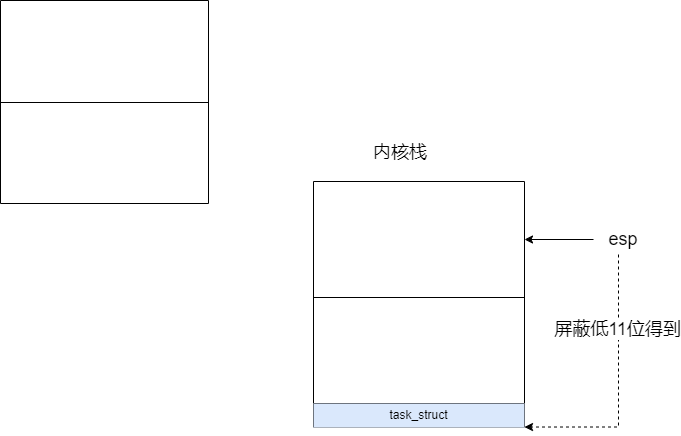
This is OS/linux内核源代码情景分析/第四章/4.1.drawio.png from SixPlusAndTimes/drawio, a draw.io export, as it was before one commit. Source tidied: cells renumbered, new cells last; positions are measured from the earlier drawing's top-left corner, leaving out a move shared by most shapes.
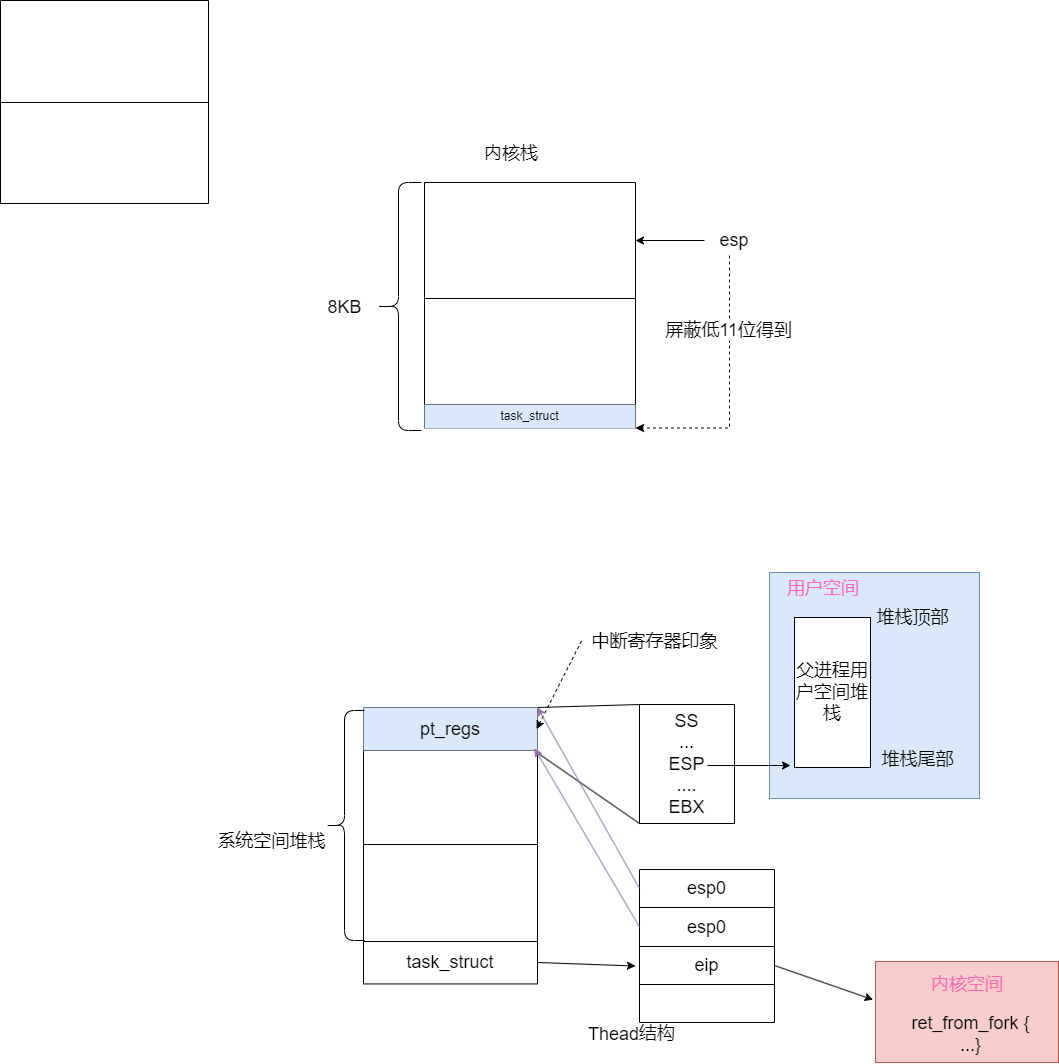
The same diagram one commit later.

What changed in the source:
```diff
@@ -2,8 +2,11 @@
   <root>
     <mxCell id="0" />
     <mxCell id="1" parent="0" />
+    <mxCell id="19" style="rounded=0;whiteSpace=wrap;html=1;fontSize=18;fillColor=#dae8fc;strokeColor=#6c8ebf;" parent="1" vertex="1">
+      <mxGeometry x="658" y="571" width="210" height="226" as="geometry" />
+    </mxCell>
     <mxCell id="2" style="shape=table;startSize=0;" parent="1" vertex="1">
-      <mxGeometry width="208" height="203" as="geometry" />
+      <mxGeometry x="-111" y="-1" width="208" height="203" as="geometry" />
     </mxCell>
     <mxCell id="3" style="shape=tableRow;horizontal=0;startSize=0;swimlaneHead=0;swimlaneBody=0;top=0;left=0;bottom=0;right=0;fillColor=none;" parent="2" vertex="1">
       <mxGeometry width="208" height="102" as="geometry" />
@@ -57,5 +60,135 @@
     <mxCell id="18" value="esp" style="text;html=1;strokeColor=none;fillColor=none;align=center;verticalAlign=middle;whiteSpace=wrap;rounded=0;fontSize=18;" parent="1" vertex="1">
       <mxGeometry x="593" y="224" width="60" height="30" as="geometry" />
     </mxCell>
+    <mxCell id="20" style="shape=curlyBracket;whiteSpace=wrap;html=1;rounded=1;fontSize=18;" parent="1" vertex="1">
+      <mxGeometry x="264" y="181" width="46" height="248" as="geometry" />
+    </mxCell>
+    <mxCell id="21" value="8KB" style="text;html=1;align=center;verticalAlign=middle;strokeColor=none;fillColor=none;fontSize=18;" parent="1" vertex="1">
+      <mxGeometry x="207" y="289" width="52" height="34" as="geometry" />
+    </mxCell>
+    <mxCell id="22" style="edgeStyle=none;rounded=0;jettySize=auto;html=1;exitX=1;exitY=0;exitDx=0;exitDy=0;entryX=0;entryY=0;entryDx=0;entryDy=0;fontSize=18;endArrow=none;endFill=0;" parent="1" edge="1" source="23" target="38">
+      <mxGeometry relative="1" as="geometry" />
+    </mxCell>
+    <mxCell id="23" style="shape=table;startSize=0;fontSize=18;" parent="1" vertex="1">
+      <mxGeometry x="252" y="706" width="174" height="276.4" as="geometry" />
+    </mxCell>
+    <mxCell id="24" style="shape=tableRow;horizontal=0;startSize=0;swimlaneHead=0;swimlaneBody=0;top=0;left=0;bottom=0;right=0;fillColor=none;fontSize=18;" parent="23" vertex="1">
+      <mxGeometry width="174" height="43" as="geometry" />
+    </mxCell>
+    <mxCell id="25" value="pt_regs" style="shape=partialRectangle;html=1;whiteSpace=wrap;overflow=hidden;fillColor=#dae8fc;top=0;left=0;bottom=0;right=0;fontSize=18;strokeColor=#6c8ebf;" parent="24" vertex="1">
+      <mxGeometry width="174" height="43" as="geometry" />
+    </mxCell>
+    <mxCell id="26" style="shape=tableRow;horizontal=0;startSize=0;swimlaneHead=0;swimlaneBody=0;top=0;left=0;bottom=0;right=0;fillColor=none;points=[[0,0.5],[1,0.5]];portConstraint=eastwest;fontSize=18;" parent="23" vertex="1">
+      <mxGeometry y="43" width="174" height="94" as="geometry" />
+    </mxCell>
+    <mxCell id="27" style="shape=partialRectangle;html=1;whiteSpace=wrap;overflow=hidden;fillColor=none;top=0;left=0;bottom=0;right=0;fontSize=18;" parent="26" vertex="1">
+      <mxGeometry width="174" height="94" as="geometry" />
+    </mxCell>
+    <mxCell id="28" style="shape=tableRow;horizontal=0;startSize=0;swimlaneHead=0;swimlaneBody=0;top=0;left=0;bottom=0;right=0;fillColor=none;fontSize=18;" parent="23" vertex="1">
+      <mxGeometry y="137" width="174" height="97" as="geometry" />
+    </mxCell>
+    <mxCell id="29" style="shape=partialRectangle;html=1;whiteSpace=wrap;overflow=hidden;fillColor=none;top=0;left=0;bottom=0;right=0;fontSize=18;" parent="28" vertex="1">
+      <mxGeometry width="174" height="97" as="geometry" />
+    </mxCell>
+    <mxCell id="30" style="shape=tableRow;horizontal=0;startSize=0;swimlaneHead=0;swimlaneBody=0;top=0;left=0;bottom=0;right=0;fillColor=none;points=[[0,0.5],[1,0.5]];portConstraint=eastwest;fontSize=18;" parent="23" vertex="1">
+      <mxGeometry y="234" width="174" height="42" as="geometry" />
+    </mxCell>
+    <mxCell id="31" value="task_struct" style="shape=partialRectangle;html=1;whiteSpace=wrap;overflow=hidden;fillColor=none;top=0;left=0;bottom=0;right=0;fontSize=18;" parent="30" vertex="1">
+      <mxGeometry width="174" height="42" as="geometry" />
+    </mxCell>
+    <mxCell id="32" style="shape=curlyBracket;whiteSpace=wrap;html=1;rounded=1;fontSize=18;" parent="1" vertex="1">
+      <mxGeometry x="213" y="709" width="40" height="230" as="geometry" />
+    </mxCell>
+    <mxCell id="33" value="系统空间堆栈" style="text;html=1;align=center;verticalAlign=middle;strokeColor=none;fillColor=none;fontSize=18;" parent="1" vertex="1">
+      <mxGeometry x="97" y="823" width="126" height="34" as="geometry" />
+    </mxCell>
+    <mxCell id="34" style="rounded=0;jettySize=auto;html=1;exitX=0;exitY=0.5;exitDx=0;exitDy=0;dashed=1;fontSize=18;entryX=0.995;entryY=0.078;entryDx=0;entryDy=0;entryPerimeter=0;" parent="1" edge="1" source="35" target="23">
+      <mxGeometry relative="1" as="geometry" />
+    </mxCell>
+    <mxCell id="35" value="中断寄存器印象" style="text;html=1;strokeColor=none;fillColor=none;align=center;verticalAlign=middle;whiteSpace=wrap;rounded=0;fontSize=18;" parent="1" vertex="1">
+      <mxGeometry x="470" y="627" width="147" height="25" as="geometry" />
+    </mxCell>
+    <mxCell id="36" style="edgeStyle=none;rounded=0;orthogonalLoop=1;jettySize=auto;html=1;exitX=0.75;exitY=1;exitDx=0;exitDy=0;dashed=1;fontSize=18;" parent="1" edge="1" source="35" target="35">
+      <mxGeometry relative="1" as="geometry" />
+    </mxCell>
+    <mxCell id="37" style="edgeStyle=none;rounded=0;jettySize=auto;html=1;exitX=0;exitY=1;exitDx=0;exitDy=0;entryX=0.987;entryY=0.009;entryDx=0;entryDy=0;entryPerimeter=0;fontSize=18;endArrow=none;endFill=0;" parent="1" edge="1" source="38" target="26">
+      <mxGeometry relative="1" as="geometry" />
+    </mxCell>
+    <mxCell id="38" value="SS&lt;br&gt;...&lt;br&gt;ESP&lt;br&gt;....&lt;br&gt;EBX" style="rounded=0;whiteSpace=wrap;html=1;fontSize=18;" parent="1" vertex="1">
+      <mxGeometry x="528" y="703" width="95" height="119" as="geometry" />
+    </mxCell>
+    <mxCell id="39" style="endArrow=classic;html=1;rounded=0;fontSize=18;" parent="1" edge="1">
+      <mxGeometry relative="1" as="geometry">
+        <mxPoint x="596" y="764" as="sourcePoint" />
+        <mxPoint x="679" y="764" as="targetPoint" />
+      </mxGeometry>
+    </mxCell>
+    <mxCell id="40" value="父进程用户空间堆栈" style="rounded=0;whiteSpace=wrap;html=1;fontSize=18;" parent="1" vertex="1">
+      <mxGeometry x="683" y="616" width="76" height="150" as="geometry" />
+    </mxCell>
+    <mxCell id="41" value="堆栈顶部" style="text;html=1;align=center;verticalAlign=middle;strokeColor=none;fillColor=none;fontSize=18;" parent="1" vertex="1">
+      <mxGeometry x="756" y="599" width="90" height="34" as="geometry" />
+    </mxCell>
+    <mxCell id="42" value="堆栈尾部" style="text;html=1;align=center;verticalAlign=middle;strokeColor=none;fillColor=none;fontSize=18;" parent="1" vertex="1">
+      <mxGeometry x="761" y="741" width="90" height="34" as="geometry" />
+    </mxCell>
+    <mxCell id="43" style="edgeStyle=none;rounded=0;jettySize=auto;html=1;exitX=1;exitY=0.5;exitDx=0;exitDy=0;entryX=0;entryY=0.5;entryDx=0;entryDy=0;fontSize=18;endArrow=classic;endFill=1;" parent="1" edge="1" source="30">
+      <mxGeometry relative="1" as="geometry">
+        <mxPoint x="524" y="964.5" as="targetPoint" />
+      </mxGeometry>
+    </mxCell>
+    <mxCell id="44" value="Thead结构" style="text;html=1;strokeColor=none;fillColor=none;align=center;verticalAlign=middle;whiteSpace=wrap;rounded=0;fontSize=18;" parent="1" vertex="1">
+      <mxGeometry x="467" y="1024" width="107" height="17" as="geometry" />
+    </mxCell>
+    <mxCell id="45" style="shape=table;startSize=0;fontSize=18;" parent="1" vertex="1">
+      <mxGeometry x="528" y="868" width="135" height="153" as="geometry" />
+    </mxCell>
+    <mxCell id="46" style="shape=tableRow;horizontal=0;startSize=0;swimlaneHead=0;swimlaneBody=0;top=0;left=0;bottom=0;right=0;fillColor=none;points=[[0,0.5],[1,0.5]];portConstraint=eastwest;fontSize=18;" parent="45" vertex="1">
+      <mxGeometry width="135" height="38" as="geometry" />
+    </mxCell>
+    <mxCell id="47" value="esp0" style="shape=partialRectangle;html=1;whiteSpace=wrap;overflow=hidden;fillColor=none;top=0;left=0;bottom=0;right=0;fontSize=18;" parent="46" vertex="1">
+      <mxGeometry width="135" height="38" as="geometry" />
+    </mxCell>
+    <mxCell id="48" style="shape=tableRow;horizontal=0;startSize=0;swimlaneHead=0;swimlaneBody=0;top=0;left=0;bottom=0;right=0;fillColor=none;points=[[0,0.5],[1,0.5]];portConstraint=eastwest;fontSize=18;" parent="45" vertex="1">
+      <mxGeometry y="38" width="135" height="39" as="geometry" />
+    </mxCell>
+    <mxCell id="49" value="esp0" style="shape=partialRectangle;html=1;whiteSpace=wrap;overflow=hidden;fillColor=none;top=0;left=0;bottom=0;right=0;fontSize=18;" parent="48" vertex="1">
+      <mxGeometry width="135" height="39" as="geometry" />
+    </mxCell>
+    <mxCell id="50" style="shape=tableRow;horizontal=0;startSize=0;swimlaneHead=0;swimlaneBody=0;top=0;left=0;bottom=0;right=0;fillColor=none;points=[[0,0.5],[1,0.5]];portConstraint=eastwest;fontSize=18;" parent="45" vertex="1">
+      <mxGeometry y="77" width="135" height="38" as="geometry" />
+    </mxCell>
+    <mxCell id="51" value="eip" style="shape=partialRectangle;html=1;whiteSpace=wrap;overflow=hidden;fillColor=none;top=0;left=0;bottom=0;right=0;fontSize=18;" parent="50" vertex="1">
+      <mxGeometry width="135" height="38" as="geometry" />
+    </mxCell>
+    <mxCell id="52" style="shape=tableRow;horizontal=0;startSize=0;swimlaneHead=0;swimlaneBody=0;top=0;left=0;bottom=0;right=0;fillColor=none;fontSize=18;" parent="45" vertex="1">
+      <mxGeometry y="115" width="135" height="38" as="geometry" />
+    </mxCell>
+    <mxCell id="53" style="shape=partialRectangle;html=1;whiteSpace=wrap;overflow=hidden;fillColor=none;top=0;left=0;bottom=0;right=0;fontSize=18;" parent="52" vertex="1">
+      <mxGeometry width="135" height="38" as="geometry" />
+    </mxCell>
+    <mxCell id="54" style="edgeStyle=none;rounded=0;jettySize=auto;html=1;exitX=0;exitY=0.5;exitDx=0;exitDy=0;entryX=1;entryY=0;entryDx=0;entryDy=0;fontSize=18;endArrow=classic;endFill=1;fillColor=#e1d5e7;strokeColor=#9673a6;" parent="1" edge="1" source="46" target="23">
+      <mxGeometry relative="1" as="geometry" />
+    </mxCell>
+    <mxCell id="55" style="edgeStyle=none;rounded=0;jettySize=auto;html=1;exitX=0;exitY=0.5;exitDx=0;exitDy=0;entryX=0.982;entryY=-0.024;entryDx=0;entryDy=0;entryPerimeter=0;fontSize=18;endArrow=classic;endFill=1;fillColor=#e1d5e7;strokeColor=#9673a6;" parent="1" edge="1" source="48" target="26">
+      <mxGeometry relative="1" as="geometry" />
+    </mxCell>
+    <mxCell id="56" value="&lt;font color=&quot;#ff66b3&quot;&gt;用户空间&lt;/font&gt;" style="text;html=1;strokeColor=none;fillColor=none;align=center;verticalAlign=middle;whiteSpace=wrap;rounded=0;fontSize=18;" parent="1" vertex="1">
+      <mxGeometry x="672" y="579" width="80" height="16" as="geometry" />
+    </mxCell>
+    <mxCell id="57" style="edgeStyle=none;rounded=0;jettySize=auto;html=1;exitX=1;exitY=0.5;exitDx=0;exitDy=0;fontSize=18;fontColor=#FF66B3;endArrow=classic;endFill=1;" parent="1" edge="1" source="50">
+      <mxGeometry relative="1" as="geometry">
+        <mxPoint x="761.6" y="998.2" as="targetPoint" />
+      </mxGeometry>
+    </mxCell>
+    <mxCell id="58" style="rounded=0;whiteSpace=wrap;html=1;fontSize=18;fillColor=#f8cecc;strokeColor=#b85450;" parent="1" vertex="1">
+      <mxGeometry x="764" y="960" width="183" height="101" as="geometry" />
+    </mxCell>
+    <mxCell id="59" value="内核空间" style="text;html=1;strokeColor=none;fillColor=none;align=center;verticalAlign=middle;whiteSpace=wrap;rounded=0;fontSize=18;fontColor=#FF66B3;" parent="1" vertex="1">
+      <mxGeometry x="811.5" y="969" width="88" height="28" as="geometry" />
+    </mxCell>
+    <mxCell id="60" value="&lt;span style=&quot;color: rgb(0, 0, 0);&quot;&gt;ret_from_fork {&lt;/span&gt;&lt;br style=&quot;color: rgb(0, 0, 0);&quot;&gt;&lt;span style=&quot;color: rgb(0, 0, 0);&quot;&gt;...&lt;/span&gt;&lt;span style=&quot;color: rgb(0, 0, 0);&quot;&gt;}&lt;/span&gt;" style="text;html=1;strokeColor=none;fillColor=none;align=center;verticalAlign=middle;whiteSpace=wrap;rounded=0;fontSize=18;fontColor=#FF66B3;" parent="1" vertex="1">
+      <mxGeometry x="783" y="1008" width="153" height="49" as="geometry" />
+    </mxCell>
   </root>
 </mxGraphModel>
```
